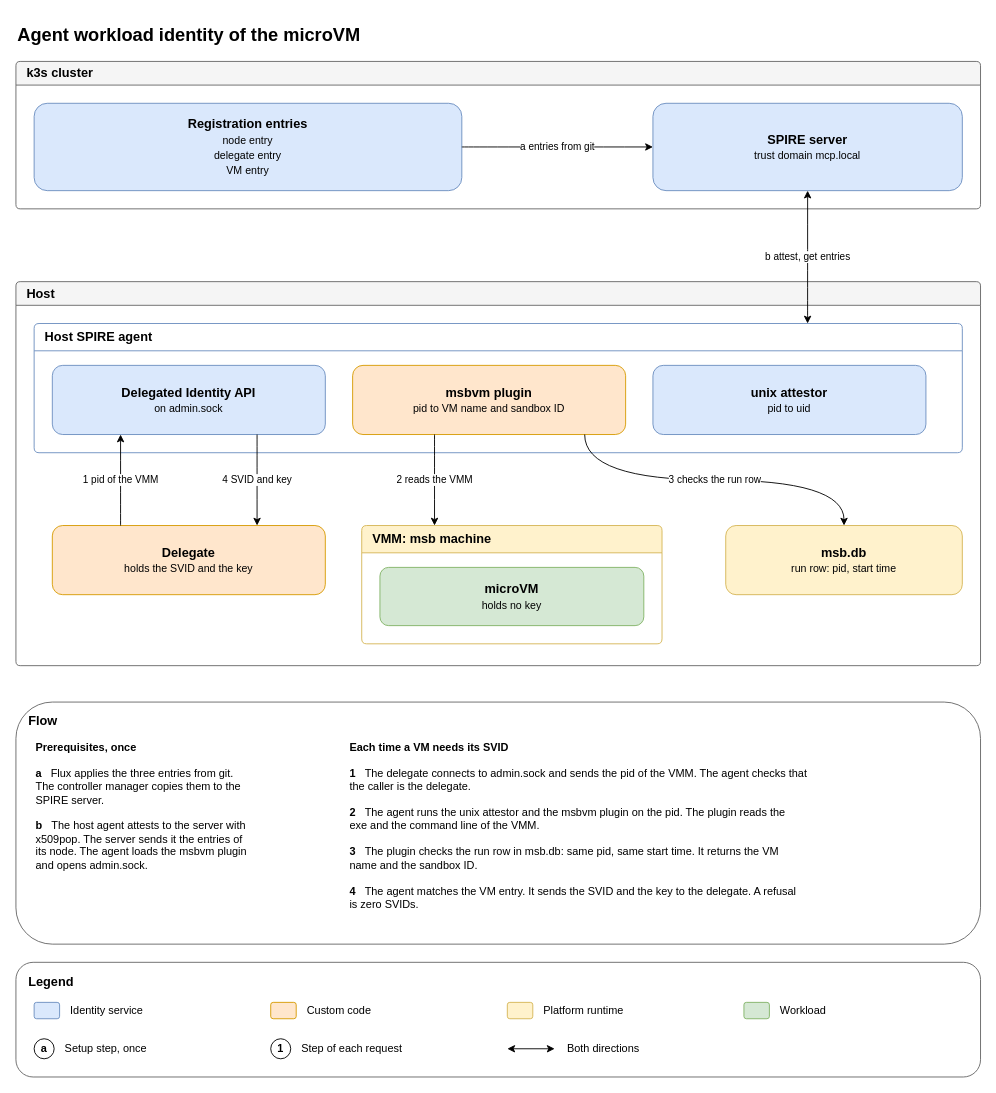
Earlier version of the draw.io diagram code/agent-workload-identity/docs/diagrams/agent-workload-identity.drawio (raghav19/engineersdaybook). Source tidied: cells renumbered, new cells numbered last; positions are measured from the earlier drawing's top-left corner, leaving out a move shared by most shapes. Both pictures are drawn from the tidied source at 91%, with x=0, y=0 at pixel (15, 15).
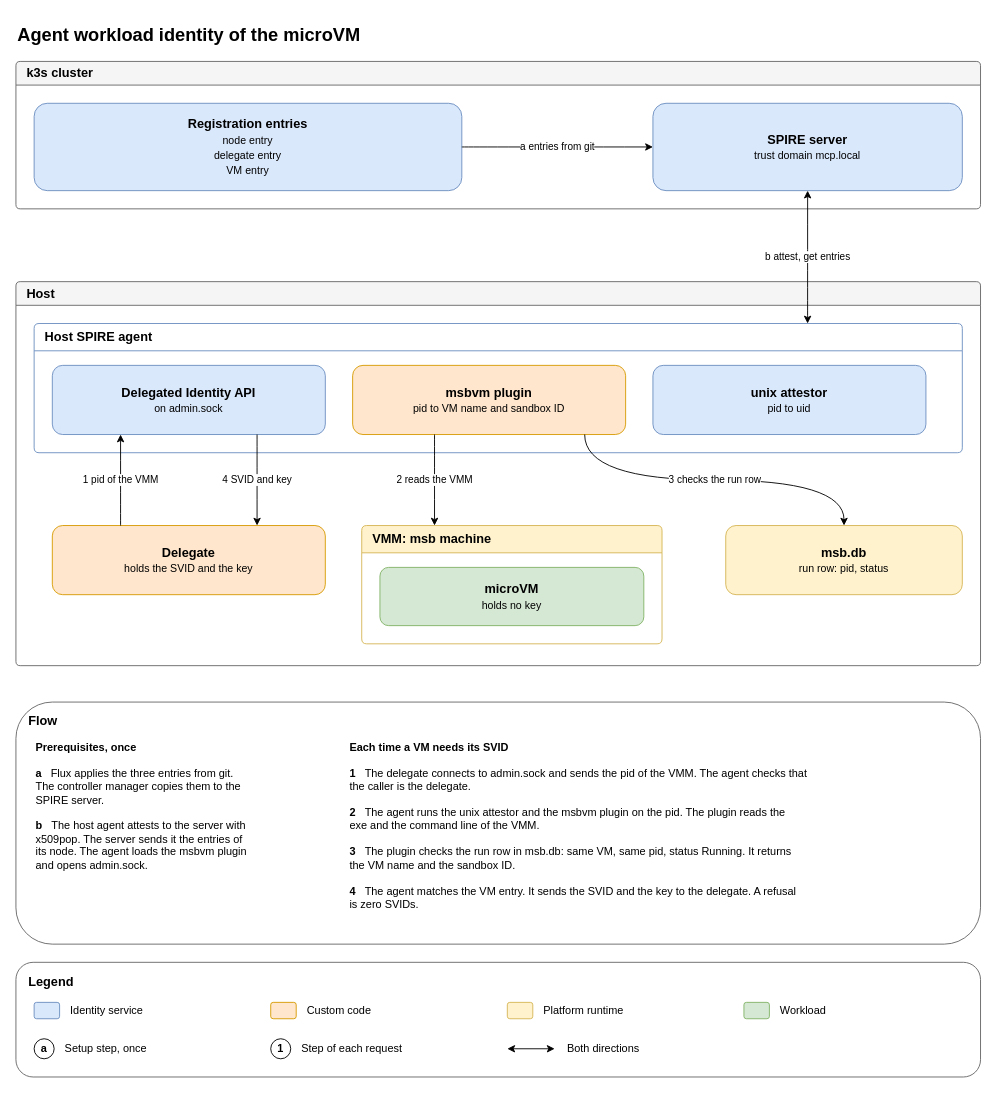
Above is the later version.

The change refers to these unchanged cells:
```xml
<mxCell id="6" value="Host" style="swimlane;rounded=1;arcSize=6;startSize=26;fillColor=#f5f5f5;strokeColor=#666666;fontSize=14;html=1;align=left;spacingLeft=10;" parent="1" vertex="1">
  <mxGeometry y="292" width="1060" height="422" as="geometry" />
</mxCell>
```

Diff of the diagram source:
```diff
@@
-    <mxCell id="14" value="&lt;b&gt;msb.db&lt;/b&gt;&lt;br&gt;&lt;small&gt;run row: pid, start time&lt;/small&gt;" style="rounded=1;whiteSpace=wrap;html=1;fontSize=14;fillColor=#fff2cc;strokeColor=#d6b656;" parent="6" vertex="1">
+    <mxCell id="14" value="&lt;b&gt;msb.db&lt;/b&gt;&lt;br&gt;&lt;small&gt;run row: pid, status&lt;/small&gt;" style="rounded=1;whiteSpace=wrap;html=1;fontSize=14;fillColor=#fff2cc;strokeColor=#d6b656;" parent="6" vertex="1">
       <mxGeometry x="780" y="268" width="260" height="76" as="geometry" />
     </mxCell>
@@
-    <mxCell id="23" value="&lt;b&gt;Each time a VM needs its SVID&lt;/b&gt;&lt;br&gt;&lt;br&gt;&lt;b&gt;1&lt;/b&gt;&amp;nbsp;&amp;nbsp;&amp;nbsp;The delegate connects to admin.sock and sends the pid of the VMM. The agent checks that&lt;br&gt;the caller is the delegate.&lt;br&gt;&lt;br&gt;&lt;b&gt;2&lt;/b&gt;&amp;nbsp;&amp;nbsp;&amp;nbsp;The agent runs the unix attestor and the msbvm plugin on the pid. The plugin reads the&lt;br&gt;exe and the command line of the VMM.&lt;br&gt;&lt;br&gt;&lt;b&gt;3&lt;/b&gt;&amp;nbsp;&amp;nbsp;&amp;nbsp;The plugin checks the run row in msb.db: same pid, same start time. It returns the VM&lt;br&gt;name and the sandbox ID.&lt;br&gt;&lt;br&gt;&lt;b&gt;4&lt;/b&gt;&amp;nbsp;&amp;nbsp;&amp;nbsp;The agent matches the VM entry. It sends the SVID and the key to the delegate. A refusal&lt;br&gt;is zero SVIDs.&lt;br&gt;&lt;br&gt;" style="text;html=1;whiteSpace=wrap;align=left;verticalAlign=top;fontSize=12;" parent="1" vertex="1">
+    <mxCell id="23" value="&lt;b&gt;Each time a VM needs its SVID&lt;/b&gt;&lt;br&gt;&lt;br&gt;&lt;b&gt;1&lt;/b&gt;&amp;nbsp;&amp;nbsp;&amp;nbsp;The delegate connects to admin.sock and sends the pid of the VMM. The agent checks that&lt;br&gt;the caller is the delegate.&lt;br&gt;&lt;br&gt;&lt;b&gt;2&lt;/b&gt;&amp;nbsp;&amp;nbsp;&amp;nbsp;The agent runs the unix attestor and the msbvm plugin on the pid. The plugin reads the&lt;br&gt;exe and the command line of the VMM.&lt;br&gt;&lt;br&gt;&lt;b&gt;3&lt;/b&gt;&amp;nbsp;&amp;nbsp;&amp;nbsp;The plugin checks the run row in msb.db: same VM, same pid, status Running. It returns&lt;br&gt;the VM name and the sandbox ID.&lt;br&gt;&lt;br&gt;&lt;b&gt;4&lt;/b&gt;&amp;nbsp;&amp;nbsp;&amp;nbsp;The agent matches the VM entry. It sends the SVID and the key to the delegate. A refusal&lt;br&gt;is zero SVIDs.&lt;br&gt;&lt;br&gt;" style="text;html=1;whiteSpace=wrap;align=left;verticalAlign=top;fontSize=12;" parent="1" vertex="1">
       <mxGeometry x="365" y="790" width="640" height="220" as="geometry" />
     </mxCell>
```
